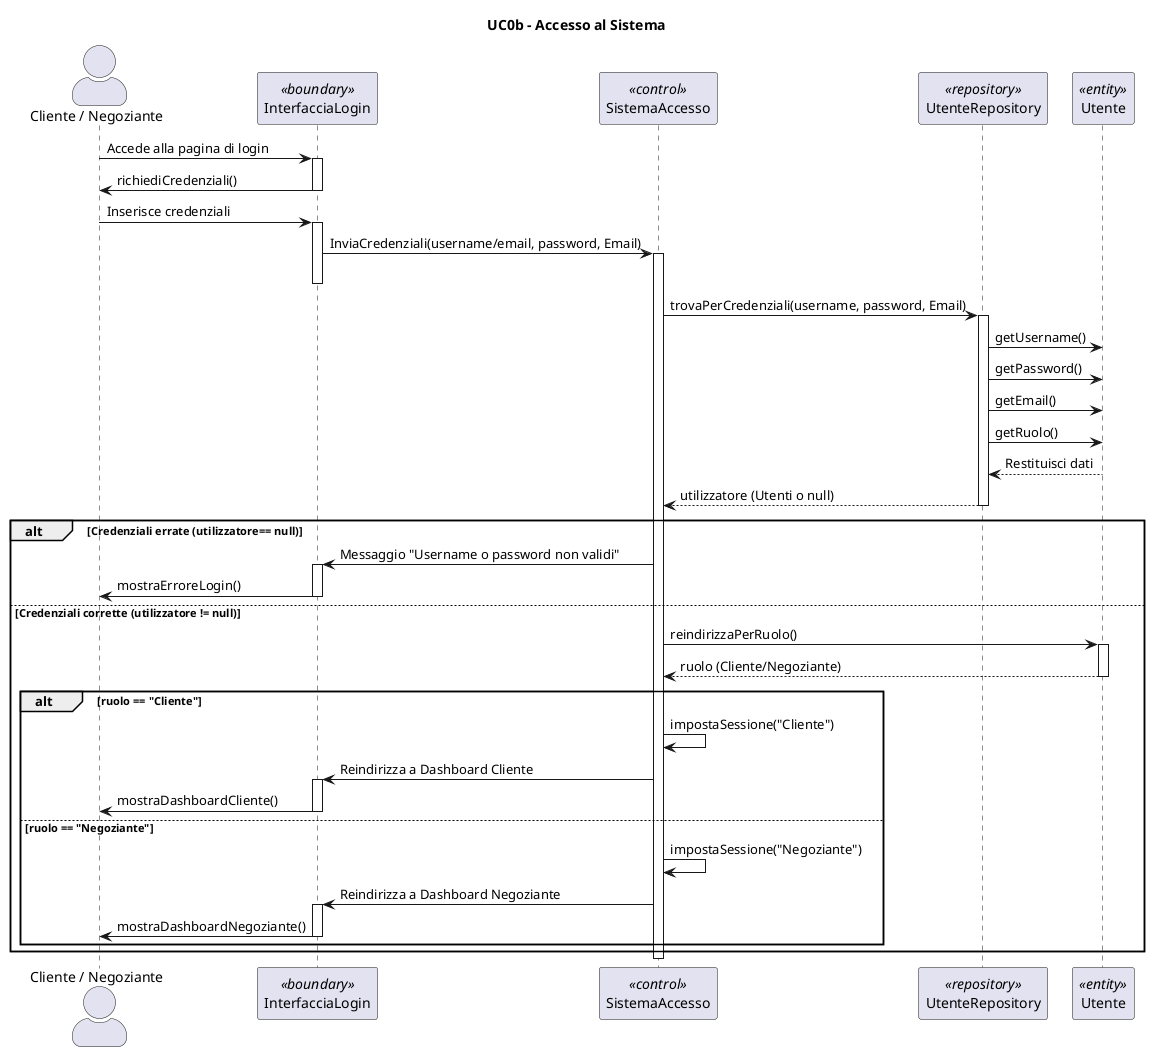
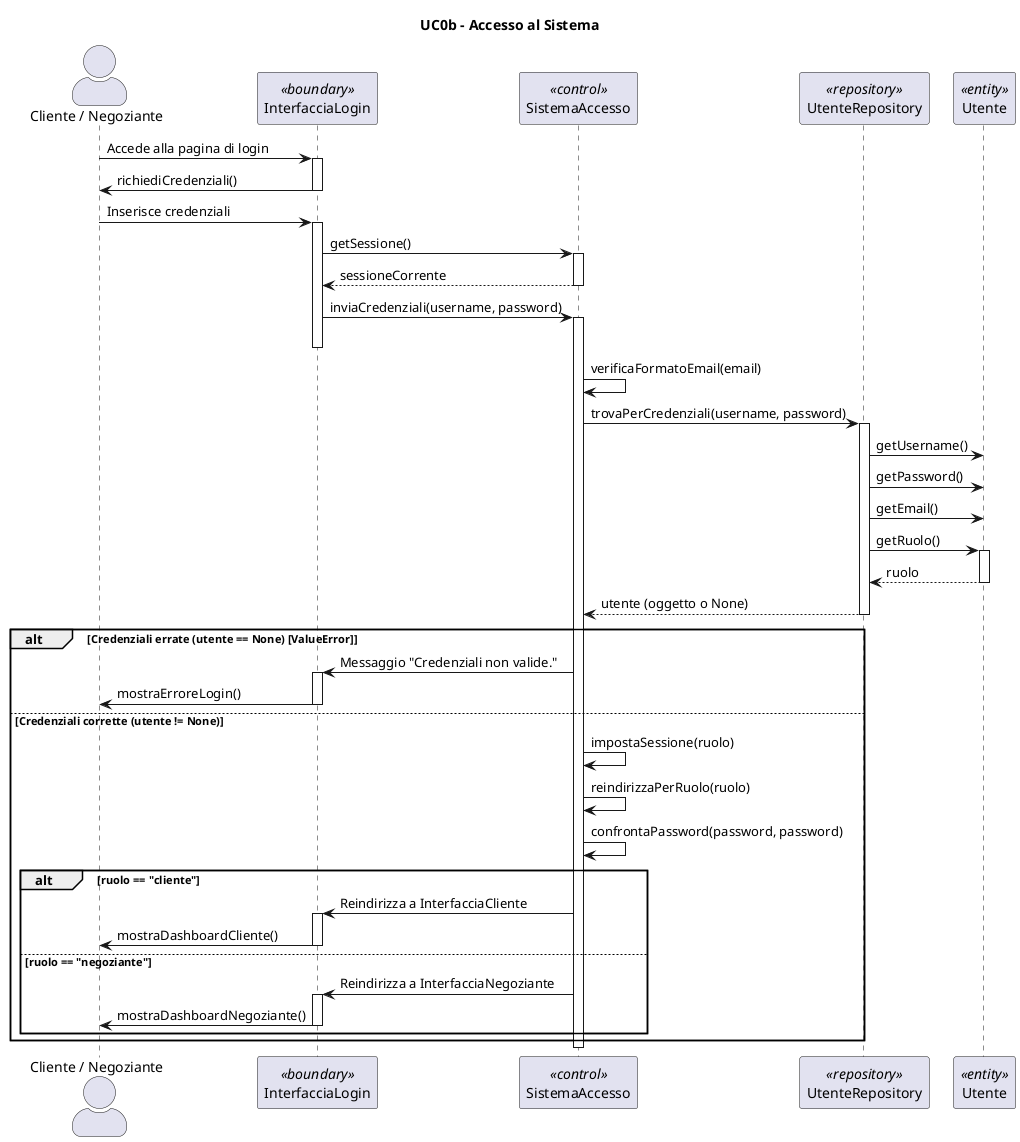
@startuml
title UC0b - Accesso al Sistema
skinparam actorStyle awesome
+ 
actor "Cliente / Negoziante" as Utenti
participant "InterfacciaLogin" <<boundary>>
participant "SistemaAccesso" as Sistema <<control>>
participant "UtenteRepository" as Repo <<repository>>
participant "Utente" <<entity>>

Utenti -> InterfacciaLogin : Accede alla pagina di login
activate InterfacciaLogin
InterfacciaLogin -> Utenti : richiediCredenziali()
deactivate InterfacciaLogin

Utenti -> InterfacciaLogin : Inserisce credenziali
activate InterfacciaLogin
- InterfacciaLogin -> Sistema : InviaCredenziali(username/email, password, Email)
+ 
+ InterfacciaLogin -> Sistema : getSessione()
+ activate Sistema
+ Sistema --> InterfacciaLogin : sessioneCorrente
+ deactivate Sistema
+ 
+ InterfacciaLogin -> Sistema : inviaCredenziali(username, password)
activate Sistema
deactivate InterfacciaLogin

+ Sistema -> Sistema : verificaFormatoEmail(email)

- Sistema -> Repo : trovaPerCredenziali(username, password, Email)
+ Sistema -> Repo : trovaPerCredenziali(username, password)
activate Repo
Repo -> Utente : getUsername()
- Repo -> Utente: getPassword()
- Repo -> Utente: getEmail()
- Repo -> Utente: getRuolo()
- Utente --> Repo : Restituisci dati
- Repo --> Sistema : utilizzatore (Utenti o null)
+ Repo -> Utente : getPassword()
+ Repo -> Utente : getEmail()
+ Repo -> Utente : getRuolo()
+ activate Utente
+ Utente --> Repo : ruolo
+ deactivate Utente
+ Repo --> Sistema : utente (oggetto o None)
deactivate Repo

- alt Credenziali errate (utilizzatore== null)
-     Sistema -> InterfacciaLogin : Messaggio "Username o password non validi"
+ alt Credenziali errate (utente == None) [ValueError]
+     Sistema -> InterfacciaLogin : Messaggio "Credenziali non valide."
    activate InterfacciaLogin
    InterfacciaLogin -> Utenti : mostraErroreLogin()
    deactivate InterfacciaLogin
- else Credenziali corrette (utilizzatore != null)
+ else Credenziali corrette (utente != None)

-     Sistema -> Utente : reindirizzaPerRuolo()
-     activate Utente
-     Utente --> Sistema : ruolo (Cliente/Negoziante)
-     deactivate Utente
+     Sistema -> Sistema : impostaSessione(ruolo)

-     alt ruolo == "Cliente"
-         Sistema -> Sistema : impostaSessione("Cliente")
-         Sistema -> InterfacciaLogin : Reindirizza a Dashboard Cliente
+     Sistema -> Sistema : reindirizzaPerRuolo(ruolo)
+ 
+     Sistema -> Sistema : confrontaPassword(password, password)
+ 
+     alt ruolo == "cliente"
+         Sistema -> InterfacciaLogin : Reindirizza a InterfacciaCliente
        activate InterfacciaLogin
        InterfacciaLogin -> Utenti : mostraDashboardCliente()
        deactivate InterfacciaLogin
-     else ruolo == "Negoziante"
-         Sistema -> Sistema : impostaSessione("Negoziante")
-         Sistema -> InterfacciaLogin : Reindirizza a Dashboard Negoziante
+     else ruolo == "negoziante"
+         Sistema -> InterfacciaLogin : Reindirizza a InterfacciaNegoziante
        activate InterfacciaLogin
        InterfacciaLogin -> Utenti : mostraDashboardNegoziante()
        deactivate InterfacciaLogin
    end
end

deactivate Sistema
- @enduml
- 
+ @enduml